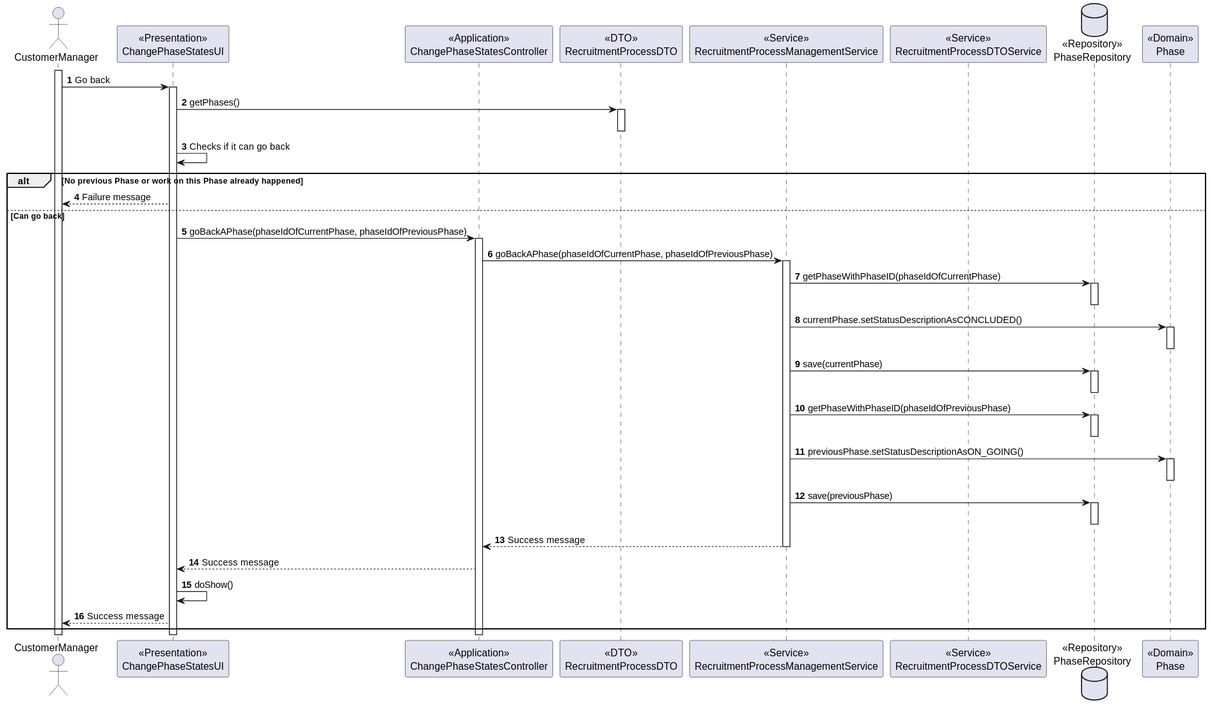
This is docs/sprint-c/us_1010/Sequence Diagram/US1010_Go_Back_Scenario_Sequence_Diagram.svg from rita-barbosa/LAPR4-2324, a PlantUML export, as it was before one commit.
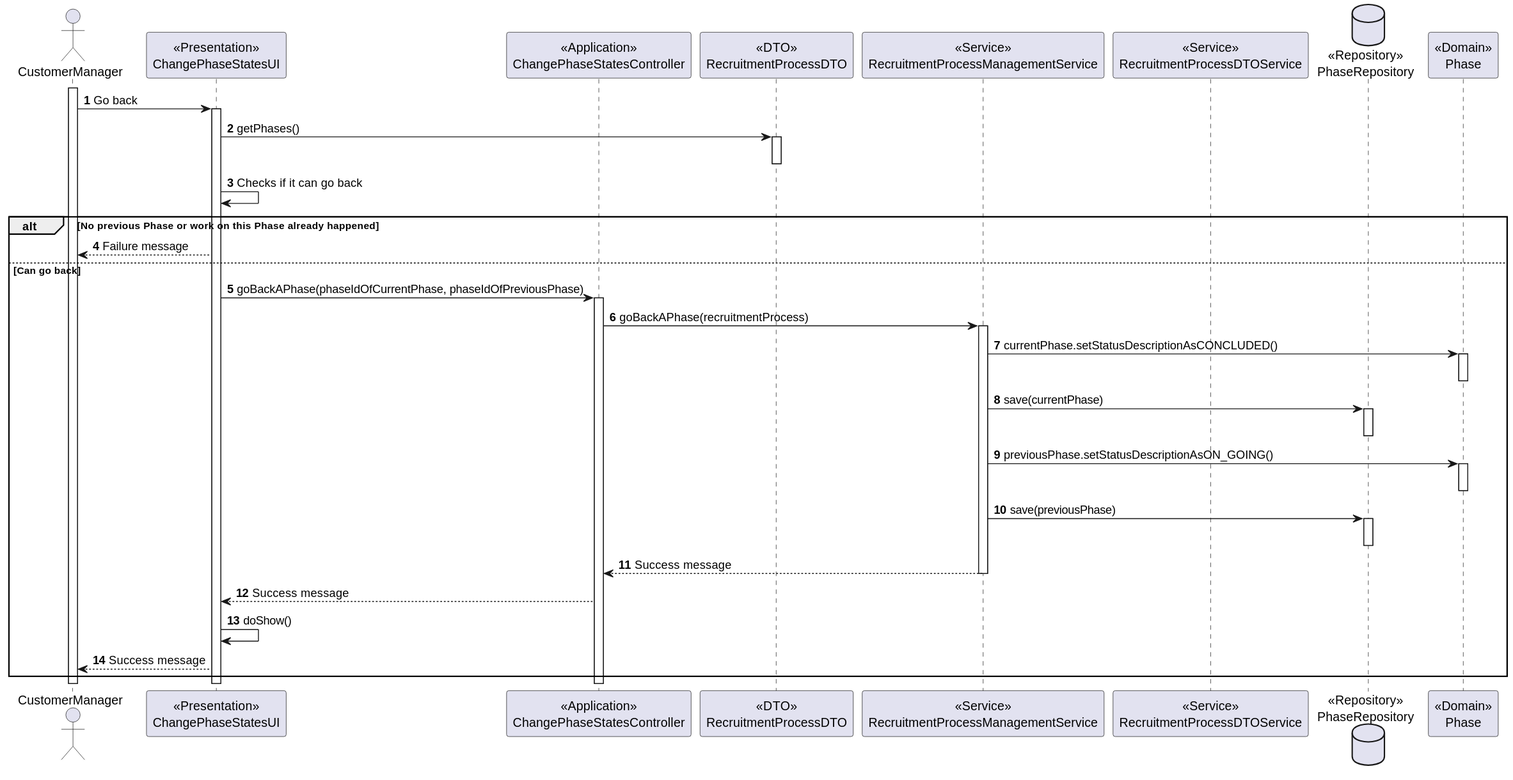
After the commit.

Commit message:
docs: Updated the Sequence Diagram for the scenario where the user is allowed to go back a phase

[#129]

Change to the diagram source:
```diff
@@ -35,15 +35,9 @@
 
             Activate CTRL
 
-                CTRL -> RPS : goBackAPhase(phaseIdOfCurrentPhase, phaseIdOfPreviousPhase)
+                CTRL -> RPS : goBackAPhase(recruitmentProcess)
 
                 Activate RPS
-
-                    RPS -> PREPO : getPhaseWithPhaseID(phaseIdOfCurrentPhase)
-
-                    Activate PREPO
-
-                    Deactivate PREPO
 
                     RPS -> P : currentPhase.setStatusDescriptionAsCONCLUDED()
 
@@ -52,12 +46,6 @@
                     Deactivate P
 
                     RPS -> PREPO : save(currentPhase)
-
-                    Activate PREPO
-
-                    Deactivate PREPO
-
-                    RPS -> PREPO : getPhaseWithPhaseID(phaseIdOfPreviousPhase)
 
                     Activate PREPO
 
```
